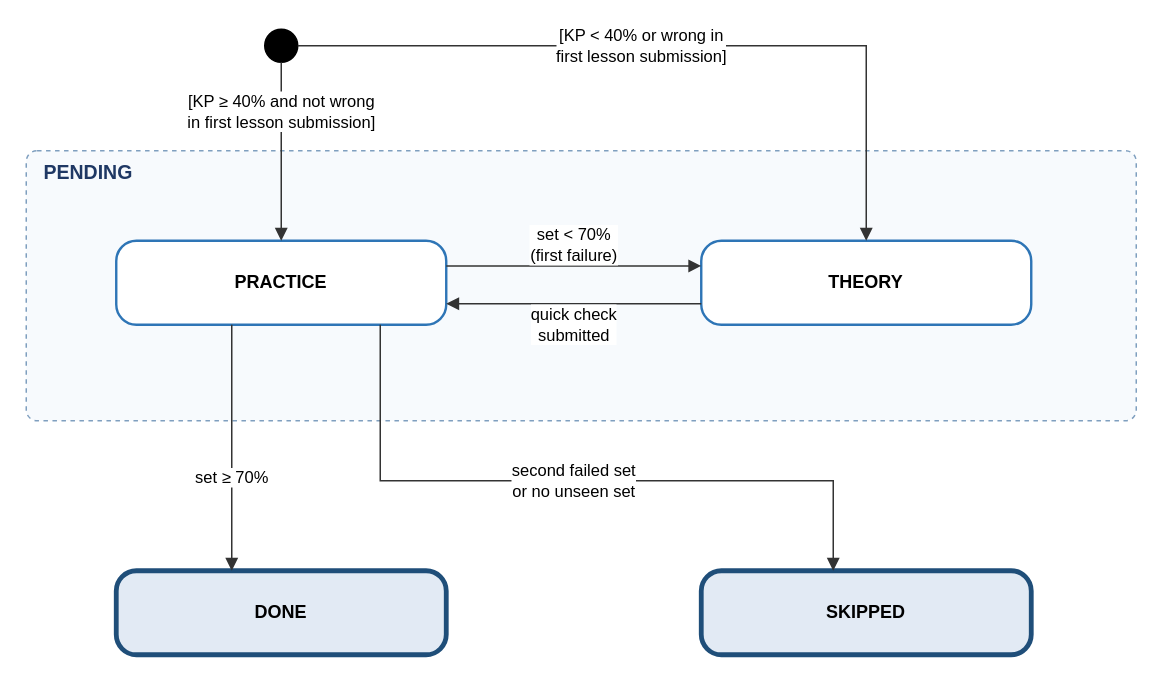
This is page "4. Review Item" (4 of 7) of capstone-docs/rp_3.0_system-requirements-system/diagram_script/part4-diagrams/IELTSPath_StateMachines.drawio from IeltsPath-Platform/backend, a draw.io file, before an edit. Source tidied: cells renumbered, new cells numbered last; positions are measured from the earlier drawing's top-left corner, leaving out a move shared by most shapes. Both pictures are drawn from the tidied source at 150%, with x=0, y=0 at pixel (26, 28).
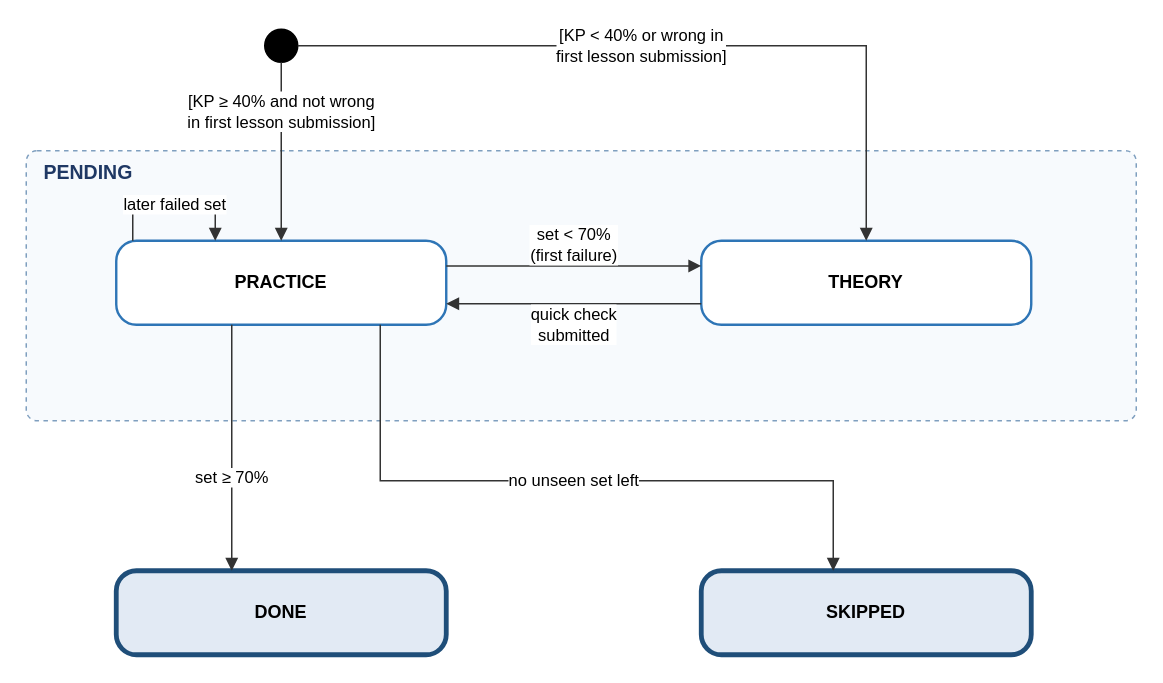
After the change.

Unchanged cells that the change refers to:
```xml
<mxCell id="4" value="&lt;b&gt;PRACTICE&lt;/b&gt;" style="rounded=1;arcSize=24;whiteSpace=wrap;html=1;fillColor=#FFFFFF;strokeColor=#2E75B6;strokeWidth=1.6;fontSize=12;" parent="1" vertex="1">
  <mxGeometry x="60" y="141" width="220" height="56" as="geometry" />
</mxCell>
<mxCell id="7" value="&lt;b&gt;SKIPPED&lt;/b&gt;" style="rounded=1;arcSize=24;whiteSpace=wrap;html=1;fillColor=#E2EAF4;strokeColor=#1F4E79;strokeWidth=3.2;fontSize=12;" parent="1" vertex="1">
  <mxGeometry x="450" y="361" width="220" height="56" as="geometry" />
</mxCell>
```

Diff of the diagram source:
```diff
@@
-    <mxCell id="13" value="second failed set&lt;br&gt;or no unseen set" style="edgeStyle=orthogonalEdgeStyle;rounded=0;html=1;endArrow=block;endFill=1;strokeColor=#333333;fontSize=11;labelBackgroundColor=#FFFFFF;exitX=0.800;exitY=1.000;exitDx=0;exitDy=0;entryX=0.400;entryY=0.000;entryDx=0;entryDy=0;" parent="1" edge="1" source="4" target="7">
+    <mxCell id="13" value="no unseen set left" style="edgeStyle=orthogonalEdgeStyle;rounded=0;html=1;endArrow=block;endFill=1;strokeColor=#333333;fontSize=11;labelBackgroundColor=#FFFFFF;exitX=0.800;exitY=1.000;exitDx=0;exitDy=0;entryX=0.400;entryY=0.000;entryDx=0;entryDy=0;" parent="1" edge="1" source="4" target="7">
       <mxGeometry relative="1" as="geometry">
         <Array as="points">
           <mxPoint x="236" y="301" />
           <mxPoint x="538" y="301" />
         </Array>
       </mxGeometry>
     </mxCell>
+    <mxCell id="14" value="later failed set" style="edgeStyle=orthogonalEdgeStyle;rounded=0;html=1;endArrow=block;endFill=1;strokeColor=#333333;fontSize=11;labelBackgroundColor=#FFFFFF;exitX=0.050;exitY=0.000;exitDx=0;exitDy=0;entryX=0.300;entryY=0.000;entryDx=0;entryDy=0;" parent="1" edge="1" source="4" target="4">
+      <mxGeometry relative="1" as="geometry">
+        <Array as="points">
+          <mxPoint x="71" y="117" />
+          <mxPoint x="126" y="117" />
+        </Array>
+      </mxGeometry>
+    </mxCell>
```
